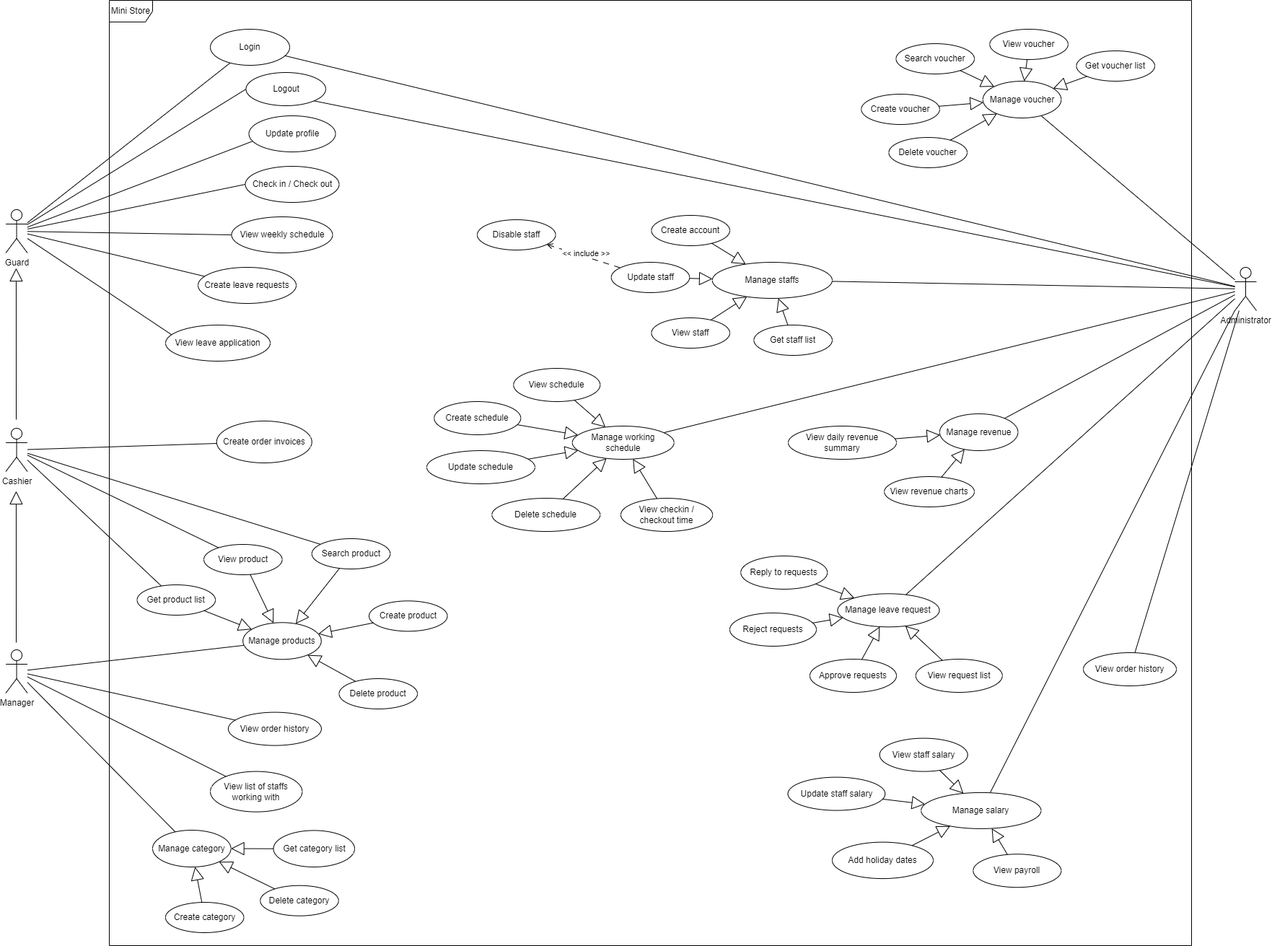
Before: diagram/usecase.png, a diagram exported from draw.io (HieuNghia0000/SWP-Team-3). Source tidied: cells renumbered, new cells last; positions are measured from the earlier drawing's top-left corner, leaving out a move shared by most shapes.
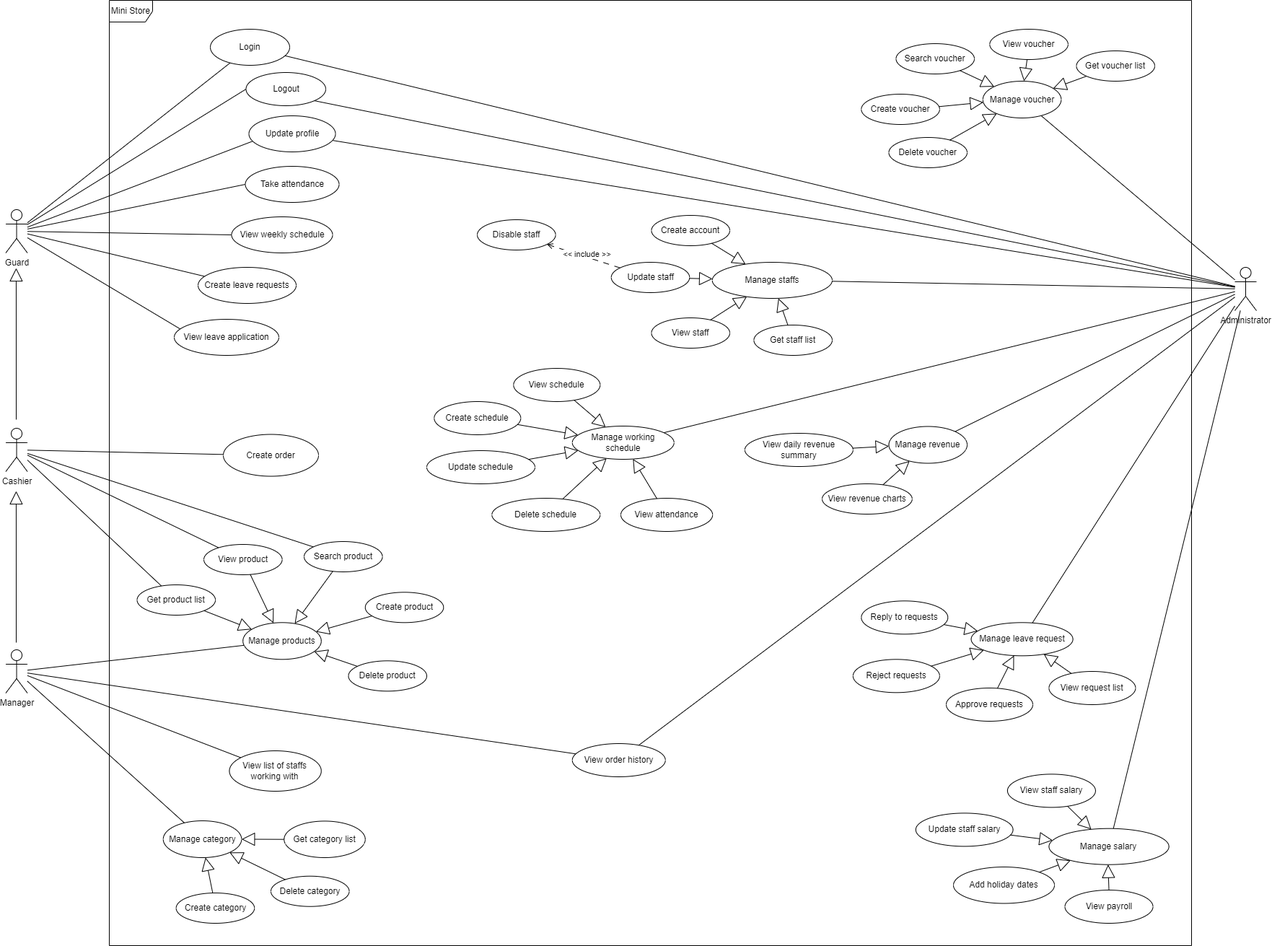
Above is the later version.

Change to the diagram source:
```diff
@@ -41,13 +41,16 @@
     <mxCell id="14" style="rounded=0;jettySize=auto;html=1;endArrow=none;endFill=0;exitX=0.063;exitY=0.686;exitDx=0;exitDy=0;exitPerimeter=0;" parent="1" edge="1" source="15" target="6">
       <mxGeometry relative="1" as="geometry" />
     </mxCell>
+    <mxCell id="119" style="rounded=0;jettySize=auto;html=1;endArrow=none;endFill=0;" parent="1" edge="1" source="15" target="32">
+      <mxGeometry relative="1" as="geometry" />
+    </mxCell>
     <mxCell id="15" value="Update profile" style="ellipse;whiteSpace=wrap;html=1;" parent="1" vertex="1">
       <mxGeometry x="336.5" y="160" width="120" height="50" as="geometry" />
     </mxCell>
     <mxCell id="16" style="rounded=0;jettySize=auto;html=1;endArrow=none;endFill=0;exitX=0;exitY=0.5;exitDx=0;exitDy=0;" parent="1" edge="1" source="17" target="6">
       <mxGeometry relative="1" as="geometry" />
     </mxCell>
-    <mxCell id="17" value="Check in / Check out" style="ellipse;whiteSpace=wrap;html=1;" parent="1" vertex="1">
+    <mxCell id="17" value="Take attendance" style="ellipse;whiteSpace=wrap;html=1;" parent="1" vertex="1">
       <mxGeometry x="331.5" y="230" width="130" height="50" as="geometry" />
     </mxCell>
     <mxCell id="18" style="rounded=0;jettySize=auto;html=1;endArrow=none;endFill=0;exitX=0;exitY=0.5;exitDx=0;exitDy=0;" parent="1" edge="1" source="19" target="6">
@@ -66,16 +69,16 @@
       <mxGeometry relative="1" as="geometry" />
     </mxCell>
     <mxCell id="23" value="View leave application" style="ellipse;whiteSpace=wrap;html=1;" parent="1" vertex="1">
-      <mxGeometry x="221" y="450" width="145" height="50" as="geometry" />
+      <mxGeometry x="233" y="442" width="145" height="50" as="geometry" />
     </mxCell>
     <mxCell id="24" style="rounded=0;jettySize=auto;html=1;endArrow=none;endFill=0;" parent="1" edge="1" source="25" target="90">
       <mxGeometry relative="1" as="geometry" />
     </mxCell>
-    <mxCell id="25" value="Create order invoices" style="ellipse;whiteSpace=wrap;html=1;" parent="1" vertex="1">
-      <mxGeometry x="291.8" y="583" width="132" height="58" as="geometry" />
+    <mxCell id="25" value="Create order" style="ellipse;whiteSpace=wrap;html=1;" parent="1" vertex="1">
+      <mxGeometry x="301" y="601.5" width="132" height="58" as="geometry" />
     </mxCell>
     <mxCell id="26" value="View order history" style="ellipse;whiteSpace=wrap;html=1;" parent="1" vertex="1">
-      <mxGeometry x="307.9" y="986.6" width="129" height="46" as="geometry" />
+      <mxGeometry x="784.7" y="1030" width="129" height="46" as="geometry" />
     </mxCell>
     <mxCell id="27" style="endArrow=block;endSize=16;endFill=0;html=1;rounded=0;" parent="1" edge="1">
       <mxGeometry relative="1" as="geometry">
@@ -89,7 +92,7 @@
     <mxCell id="29" style="rounded=0;jettySize=auto;html=1;entryX=1;entryY=1;entryDx=0;entryDy=0;endArrow=none;endFill=0;" parent="1" edge="1" source="32" target="13">
       <mxGeometry relative="1" as="geometry" />
     </mxCell>
-    <mxCell id="30" style="rounded=0;jettySize=auto;html=1;endArrow=none;endFill=0;" parent="1" edge="1" source="32" target="51">
+    <mxCell id="30" style="rounded=0;jettySize=auto;html=1;endArrow=none;endFill=0;" parent="1" edge="1" source="32" target="26">
       <mxGeometry relative="1" as="geometry" />
     </mxCell>
     <mxCell id="31" style="rounded=0;jettySize=auto;html=1;endArrow=none;endFill=0;" parent="1" edge="1" source="32" target="74">
@@ -108,13 +111,13 @@
       <mxGeometry x="274" y="754" width="108.6" height="42" as="geometry" />
     </mxCell>
     <mxCell id="36" value="Create product" style="ellipse;whiteSpace=wrap;html=1;" parent="1" vertex="1">
-      <mxGeometry x="503" y="832.3" width="108.6" height="42" as="geometry" />
+      <mxGeometry x="497.7" y="820.3" width="108.6" height="42" as="geometry" />
     </mxCell>
     <mxCell id="37" value="Delete product" style="ellipse;whiteSpace=wrap;html=1;" parent="1" vertex="1">
-      <mxGeometry x="461.5" y="940" width="108.6" height="42" as="geometry" />
+      <mxGeometry x="474.4" y="915.3" width="108.6" height="42" as="geometry" />
     </mxCell>
     <mxCell id="38" value="Search product" style="ellipse;whiteSpace=wrap;html=1;" parent="1" vertex="1">
-      <mxGeometry x="423.7" y="746" width="108.6" height="42" as="geometry" />
+      <mxGeometry x="413" y="750" width="108.6" height="42" as="geometry" />
     </mxCell>
     <mxCell id="39" style="endArrow=block;endSize=16;endFill=0;html=1;rounded=0;" parent="1" edge="1" source="38" target="34">
       <mxGeometry relative="1" as="geometry" />
@@ -138,13 +141,13 @@
       <mxGeometry relative="1" as="geometry" />
     </mxCell>
     <mxCell id="46" value="Manage revenue" style="ellipse;whiteSpace=wrap;html=1;" parent="1" vertex="1">
-      <mxGeometry x="1293.8" y="573" width="108.6" height="51" as="geometry" />
+      <mxGeometry x="1223.4" y="590.5" width="108.6" height="51" as="geometry" />
     </mxCell>
     <mxCell id="47" value="View revenue charts" style="ellipse;whiteSpace=wrap;html=1;" parent="1" vertex="1">
-      <mxGeometry x="1217.2" y="660" width="124.8" height="42" as="geometry" />
+      <mxGeometry x="1131" y="670" width="124.8" height="42" as="geometry" />
     </mxCell>
     <mxCell id="48" value="View daily revenue summary" style="ellipse;whiteSpace=wrap;html=1;" parent="1" vertex="1">
-      <mxGeometry x="1084" y="590" width="150" height="46" as="geometry" />
+      <mxGeometry x="1023.8" y="600" width="150" height="46" as="geometry" />
     </mxCell>
     <mxCell id="49" style="endArrow=block;endSize=16;endFill=0;html=1;rounded=0;" parent="1" edge="1" source="48" target="46">
       <mxGeometry relative="1" as="geometry" />
@@ -152,9 +155,6 @@
     <mxCell id="50" style="endArrow=block;endSize=16;endFill=0;html=1;rounded=0;" parent="1" edge="1" source="47" target="46">
       <mxGeometry relative="1" as="geometry" />
     </mxCell>
-    <mxCell id="51" value="View order history" style="ellipse;whiteSpace=wrap;html=1;" parent="1" vertex="1">
-      <mxGeometry x="1493" y="904" width="129" height="46" as="geometry" />
-    </mxCell>
     <mxCell id="52" style="rounded=0;jettySize=auto;html=1;endArrow=none;endFill=0;" parent="1" edge="1" source="53" target="32">
       <mxGeometry relative="1" as="geometry" />
     </mxCell>
@@ -215,23 +215,23 @@
     <mxCell id="71" style="endArrow=block;endSize=16;endFill=0;html=1;rounded=0;" parent="1" edge="1" source="70" target="65">
       <mxGeometry relative="1" as="geometry" />
     </mxCell>
-    <mxCell id="72" value="View checkin / checkout time" style="ellipse;whiteSpace=wrap;html=1;" parent="1" vertex="1">
+    <mxCell id="72" value="View attendance" style="ellipse;whiteSpace=wrap;html=1;" parent="1" vertex="1">
       <mxGeometry x="852" y="690" width="127.2" height="46" as="geometry" />
     </mxCell>
     <mxCell id="73" style="endArrow=block;endSize=16;endFill=0;html=1;rounded=0;" parent="1" edge="1" source="72" target="65">
       <mxGeometry relative="1" as="geometry" />
     </mxCell>
     <mxCell id="74" value="Manage leave request" style="ellipse;whiteSpace=wrap;html=1;" parent="1" vertex="1">
-      <mxGeometry x="1152.4" y="822.3" width="141" height="46" as="geometry" />
+      <mxGeometry x="1337.6" y="862.3" width="141" height="46" as="geometry" />
     </mxCell>
     <mxCell id="75" value="View request list" style="ellipse;whiteSpace=wrap;html=1;" parent="1" vertex="1">
-      <mxGeometry x="1260.8" y="913" width="120" height="46" as="geometry" />
+      <mxGeometry x="1445.4" y="930" width="120" height="46" as="geometry" />
     </mxCell>
     <mxCell id="76" value="Approve requests" style="ellipse;whiteSpace=wrap;html=1;" parent="1" vertex="1">
-      <mxGeometry x="1114" y="913" width="120" height="46" as="geometry" />
+      <mxGeometry x="1303" y="953" width="120" height="46" as="geometry" />
     </mxCell>
     <mxCell id="77" value="Reject requests" style="ellipse;whiteSpace=wrap;html=1;" parent="1" vertex="1">
-      <mxGeometry x="1003" y="849" width="120" height="46" as="geometry" />
+      <mxGeometry x="1173.8" y="913.3" width="120" height="46" as="geometry" />
     </mxCell>
     <mxCell id="78" style="endArrow=block;endSize=16;endFill=0;html=1;rounded=0;" parent="1" edge="1" source="77" target="74">
       <mxGeometry relative="1" as="geometry" />
@@ -246,19 +246,19 @@
       <mxGeometry relative="1" as="geometry" />
     </mxCell>
     <mxCell id="82" value="Manage salary" style="ellipse;whiteSpace=wrap;html=1;" parent="1" vertex="1">
-      <mxGeometry x="1268.2" y="1097.9" width="166.2" height="50" as="geometry" />
+      <mxGeometry x="1445.4" y="1147.7" width="166.2" height="50" as="geometry" />
     </mxCell>
     <mxCell id="83" value="View staff salary" style="ellipse;whiteSpace=wrap;html=1;" parent="1" vertex="1">
-      <mxGeometry x="1210.7" y="1022.6" width="122" height="46" as="geometry" />
+      <mxGeometry x="1387.9" y="1072.4" width="122" height="46" as="geometry" />
     </mxCell>
     <mxCell id="84" value="Add holiday dates" style="ellipse;whiteSpace=wrap;html=1;" parent="1" vertex="1">
-      <mxGeometry x="1145" y="1166.6" width="140" height="50.5" as="geometry" />
+      <mxGeometry x="1313" y="1201" width="140" height="50.5" as="geometry" />
     </mxCell>
     <mxCell id="85" value="Update staff salary" style="ellipse;whiteSpace=wrap;html=1;" parent="1" vertex="1">
-      <mxGeometry x="1083.6" y="1076.6" width="134.8" height="46" as="geometry" />
+      <mxGeometry x="1260.8" y="1126.4" width="134.8" height="46" as="geometry" />
     </mxCell>
     <mxCell id="86" value="View payroll" style="ellipse;whiteSpace=wrap;html=1;" parent="1" vertex="1">
-      <mxGeometry x="1340.3" y="1183.2" width="122" height="46" as="geometry" />
+      <mxGeometry x="1467.5" y="1233" width="122" height="46" as="geometry" />
     </mxCell>
     <mxCell id="87" style="endArrow=block;endSize=16;endFill=0;html=1;rounded=0;" parent="1" edge="1" source="83" target="82">
       <mxGeometry relative="1" as="geometry" />
@@ -315,13 +315,13 @@
       <mxGeometry relative="1" as="geometry" />
     </mxCell>
     <mxCell id="104" value="Manage category" style="ellipse;whiteSpace=wrap;html=1;" parent="1" vertex="1">
-      <mxGeometry x="203" y="1150" width="108.6" height="51" as="geometry" />
+      <mxGeometry x="217.7" y="1137" width="108.6" height="51" as="geometry" />
     </mxCell>
     <mxCell id="105" value="Create category" style="ellipse;whiteSpace=wrap;html=1;" parent="1" vertex="1">
-      <mxGeometry x="220.9" y="1250" width="108.6" height="42" as="geometry" />
+      <mxGeometry x="235.6" y="1237" width="108.6" height="42" as="geometry" />
     </mxCell>
     <mxCell id="106" value="Delete category" style="ellipse;whiteSpace=wrap;html=1;" parent="1" vertex="1">
-      <mxGeometry x="352.2" y="1226.7" width="108.6" height="42" as="geometry" />
+      <mxGeometry x="367" y="1213.7" width="108.6" height="42" as="geometry" />
     </mxCell>
     <mxCell id="107" style="endArrow=block;endSize=16;endFill=0;html=1;rounded=0;" parent="1" edge="1" source="105" target="104">
       <mxGeometry relative="1" as="geometry" />
@@ -330,7 +330,7 @@
       <mxGeometry relative="1" as="geometry" />
     </mxCell>
     <mxCell id="109" value="Get category list" style="ellipse;whiteSpace=wrap;html=1;" parent="1" vertex="1">
-      <mxGeometry x="370.5" y="1150.4" width="112.5" height="50.6" as="geometry" />
+      <mxGeometry x="385.2" y="1137.4" width="112.5" height="50.6" as="geometry" />
     </mxCell>
     <mxCell id="110" style="endArrow=block;endSize=16;endFill=0;html=1;rounded=0;" parent="1" edge="1" source="109" target="104">
       <mxGeometry relative="1" as="geometry" />
@@ -339,7 +339,7 @@
       <mxGeometry relative="1" as="geometry" />
     </mxCell>
     <mxCell id="112" value="Reply to requests" style="ellipse;whiteSpace=wrap;html=1;" parent="1" vertex="1">
-      <mxGeometry x="1018.2" y="770" width="120" height="46" as="geometry" />
+      <mxGeometry x="1185.3" y="832.3" width="120" height="46" as="geometry" />
     </mxCell>
     <mxCell id="113" style="endArrow=block;endSize=16;endFill=0;html=1;rounded=0;" parent="1" edge="1" source="112" target="74">
       <mxGeometry relative="1" as="geometry" />
@@ -348,7 +348,7 @@
       <mxGeometry relative="1" as="geometry" />
     </mxCell>
     <mxCell id="115" value="View list of staffs working with" style="ellipse;whiteSpace=wrap;html=1;" parent="1" vertex="1">
-      <mxGeometry x="283" y="1068.6" width="127.3" height="56" as="geometry" />
+      <mxGeometry x="309.4" y="1040" width="127.3" height="56" as="geometry" />
     </mxCell>
     <mxCell id="116" value="Disable staff" style="ellipse;whiteSpace=wrap;html=1;" parent="1" vertex="1">
       <mxGeometry x="653" y="304" width="108.6" height="42" as="geometry" />
```
